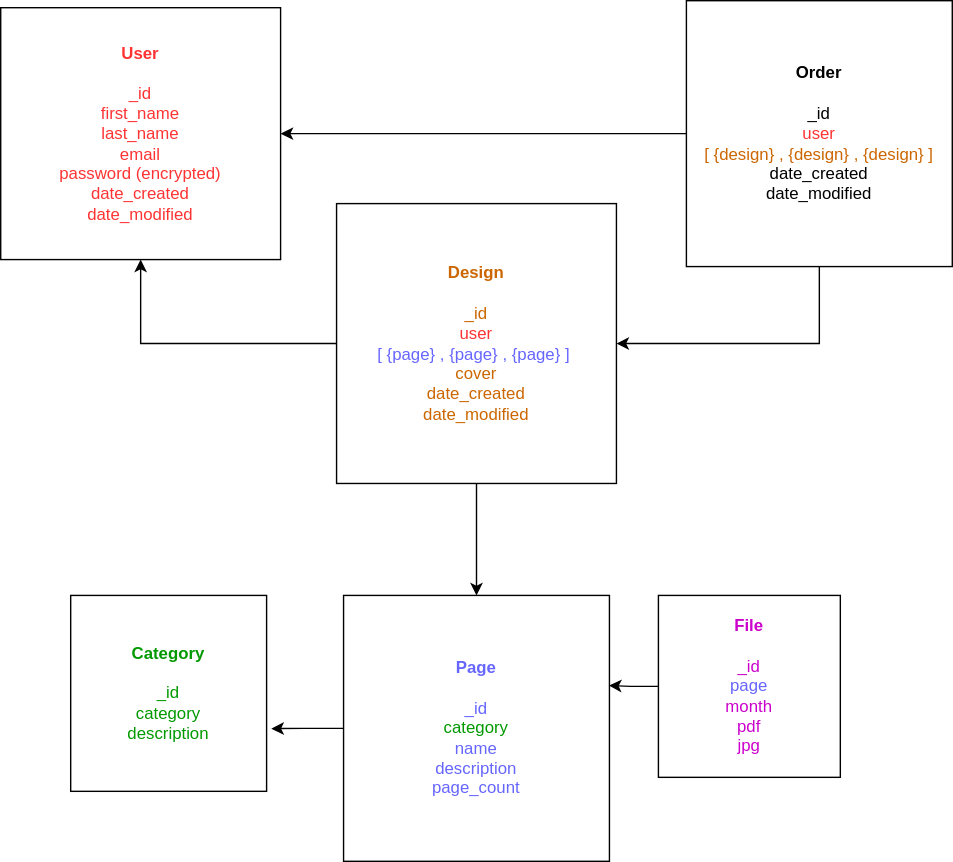
Before: assets/database-diagram.drawio.svg, a diagram exported from draw.io (katyjmt/ps-lite). Source tidied: cells renumbered, new cells last; positions are measured from the earlier drawing's top-left corner, leaving out a move shared by most shapes.
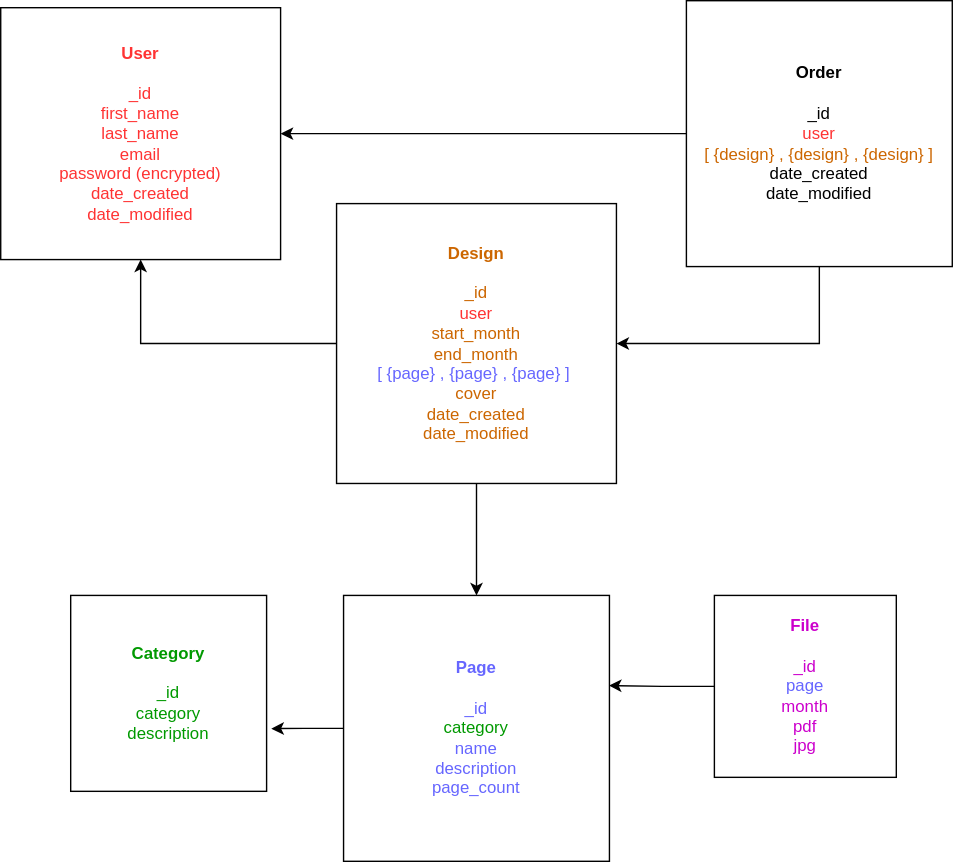
After the commit.

What changed in the source:
```diff
@@ -11,7 +11,7 @@
     <mxCell id="4" style="edgeStyle=orthogonalEdgeStyle;rounded=0;jettySize=auto;html=1;entryX=0.5;entryY=1;entryDx=0;entryDy=0;" parent="1" edge="1" source="5" target="2">
       <mxGeometry relative="1" as="geometry" />
     </mxCell>
-    <mxCell id="5" value="&lt;b&gt;&lt;font color=&quot;#cc6600&quot;&gt;Design&lt;/font&gt;&lt;br&gt;&lt;/b&gt;&lt;br&gt;&lt;font color=&quot;#cc6600&quot;&gt;_id&lt;/font&gt;&lt;br&gt;&lt;font style=&quot;&quot; color=&quot;#ff3333&quot;&gt;user&lt;br&gt;&lt;/font&gt;&lt;font style=&quot;&quot; color=&quot;#6666ff&quot;&gt;[ {page} , {page} , {page} ]&lt;b&gt;&amp;nbsp;&lt;/b&gt;&lt;br&gt;&lt;/font&gt;&lt;font color=&quot;#cc6600&quot;&gt;cover&lt;br&gt;date_created&lt;/font&gt;&lt;br&gt;&lt;font color=&quot;#cc6600&quot;&gt;date_modified&lt;/font&gt;" style="whiteSpace=wrap;html=1;" parent="1" vertex="1">
+    <mxCell id="5" value="&lt;b&gt;&lt;font color=&quot;#cc6600&quot;&gt;Design&lt;/font&gt;&lt;br&gt;&lt;/b&gt;&lt;br&gt;&lt;font color=&quot;#cc6600&quot;&gt;_id&lt;/font&gt;&lt;br&gt;&lt;font color=&quot;#ff3333&quot;&gt;user&lt;/font&gt;&lt;br&gt;&lt;font color=&quot;#cc6600&quot;&gt;start_month&lt;br&gt;end_month&lt;/font&gt;&lt;br&gt;&lt;font style=&quot;&quot; color=&quot;#6666ff&quot;&gt;[ {page} , {page} , {page} ]&lt;b&gt;&amp;nbsp;&lt;/b&gt;&lt;br&gt;&lt;/font&gt;&lt;font color=&quot;#cc6600&quot;&gt;cover&lt;br&gt;date_created&lt;/font&gt;&lt;br&gt;&lt;font color=&quot;#cc6600&quot;&gt;date_modified&lt;/font&gt;" style="whiteSpace=wrap;html=1;" parent="1" vertex="1">
       <mxGeometry x="240" y="145" width="200" height="200" as="geometry" />
     </mxCell>
     <mxCell id="6" style="edgeStyle=orthogonalEdgeStyle;rounded=0;jettySize=auto;html=1;entryX=1;entryY=0.5;entryDx=0;entryDy=0;" parent="1" edge="1" source="8" target="2">
@@ -26,7 +26,7 @@
     <mxCell id="9" style="edgeStyle=orthogonalEdgeStyle;rounded=0;jettySize=auto;html=1;entryX=1.024;entryY=0.68;entryDx=0;entryDy=0;entryPerimeter=0;" parent="1" edge="1" source="10" target="11">
       <mxGeometry relative="1" as="geometry" />
     </mxCell>
-    <mxCell id="10" value="&lt;b style=&quot;color: rgb(102, 102, 255);&quot;&gt;Page&lt;br&gt;&lt;/b&gt;&lt;br&gt;&lt;font color=&quot;#6666ff&quot;&gt;_id&lt;/font&gt;&lt;br&gt;&lt;font color=&quot;#009900&quot;&gt;category&lt;br&gt;&lt;/font&gt;&lt;font color=&quot;#6666ff&quot;&gt;name&lt;/font&gt;&lt;br&gt;&lt;font color=&quot;#6666ff&quot;&gt;description&lt;/font&gt;&lt;br&gt;&lt;font color=&quot;#6666ff&quot;&gt;page_count&lt;/font&gt;" style="whiteSpace=wrap;html=1;" parent="1" vertex="1">
+    <mxCell id="10" value="&lt;b style=&quot;color: rgb(102, 102, 255);&quot;&gt;Page&lt;br&gt;&lt;/b&gt;&lt;br&gt;&lt;font color=&quot;#6666ff&quot;&gt;_id&lt;/font&gt;&lt;br&gt;&lt;font color=&quot;#009900&quot;&gt;category&lt;br&gt;&lt;/font&gt;&lt;font color=&quot;#6666ff&quot;&gt;name&lt;/font&gt;&lt;br&gt;&lt;font color=&quot;#6666ff&quot;&gt;description&lt;/font&gt;&lt;br&gt;&lt;font color=&quot;#6666ff&quot;&gt;page_count&lt;br&gt;&lt;/font&gt;" style="whiteSpace=wrap;html=1;" parent="1" vertex="1">
       <mxGeometry x="245" y="425" width="190" height="190" as="geometry" />
     </mxCell>
     <mxCell id="11" value="&lt;font color=&quot;#009900&quot;&gt;&lt;b&gt;Category&lt;br&gt;&lt;/b&gt;&lt;br&gt;_id&lt;br&gt;category&lt;br&gt;description&lt;/font&gt;" style="whiteSpace=wrap;html=1;" parent="1" vertex="1">
@@ -36,7 +36,7 @@
       <mxGeometry relative="1" as="geometry" />
     </mxCell>
     <mxCell id="13" value="&lt;b style=&quot;color: rgb(204, 0, 204);&quot;&gt;File&lt;br&gt;&lt;/b&gt;&lt;br&gt;&lt;font color=&quot;#cc00cc&quot;&gt;_id&lt;/font&gt;&lt;br&gt;&lt;font color=&quot;#6666ff&quot;&gt;page&lt;br&gt;&lt;/font&gt;&lt;font color=&quot;#cc00cc&quot;&gt;month&lt;/font&gt;&lt;br&gt;&lt;font color=&quot;#cc00cc&quot;&gt;pdf&lt;/font&gt;&lt;br&gt;&lt;font color=&quot;#cc00cc&quot;&gt;jpg&lt;/font&gt;" style="whiteSpace=wrap;html=1;" parent="1" vertex="1">
-      <mxGeometry x="470" y="425" width="130" height="130" as="geometry" />
+      <mxGeometry x="510" y="425" width="130" height="130" as="geometry" />
     </mxCell>
   </root>
 </mxGraphModel>
```
